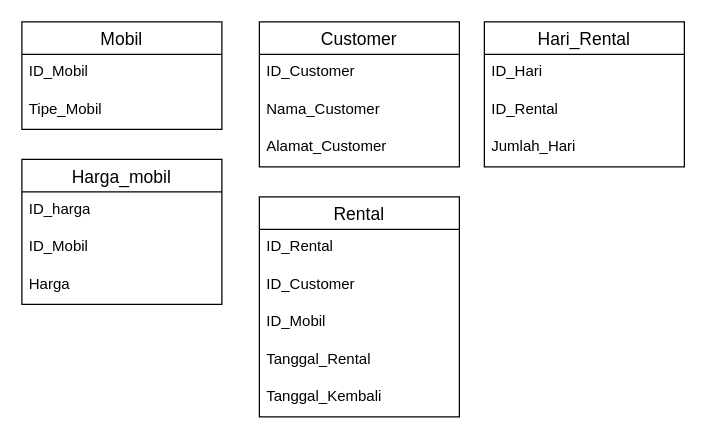
zzarr/SC keeps this draw.io diagram as normalisasi 4NF.drawio. Above is the earlier version. Source tidied: cells renumbered, new cells numbered last; positions are measured from the earlier drawing's top-left corner, leaving out a move shared by most shapes. Both pictures are drawn from the tidied source at 125%, with x=0, y=0 at pixel (21, 21).
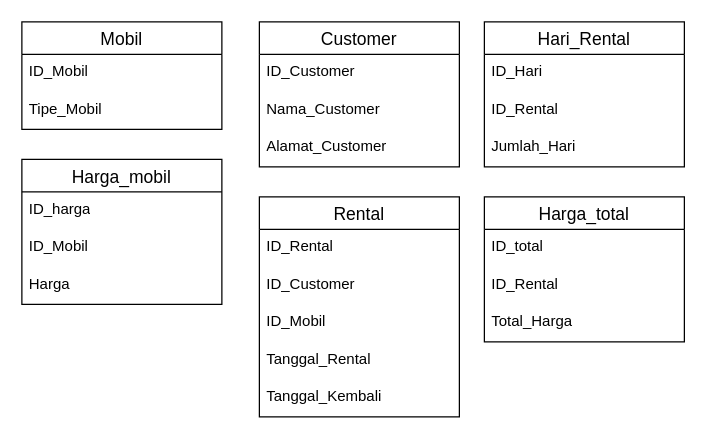
The same diagram, later.

The edit, as a diff of the source:
```diff
@@
+    <mxCell id="23" value="Harga_total" style="swimlane;fontStyle=0;horizontal=1;startSize=26;align=center;fontSize=14;" parent="1" vertex="1">
+      <mxGeometry x="370" y="140" width="160" height="116" as="geometry" />
+    </mxCell>
+    <mxCell id="24" value="ID_total" style="text;strokeColor=none;fillColor=none;spacingLeft=4;spacingRight=4;overflow=hidden;fontSize=12;whiteSpace=wrap;html=1;" parent="23" vertex="1">
+      <mxGeometry y="26" width="160" height="30" as="geometry" />
+    </mxCell>
+    <mxCell id="25" value="ID_Rental" style="text;strokeColor=none;fillColor=none;spacingLeft=4;spacingRight=4;overflow=hidden;fontSize=12;whiteSpace=wrap;html=1;" parent="23" vertex="1">
+      <mxGeometry y="56" width="160" height="30" as="geometry" />
+    </mxCell>
+    <mxCell id="26" value="Total_Harga" style="text;strokeColor=none;fillColor=none;spacingLeft=4;spacingRight=4;overflow=hidden;fontSize=12;whiteSpace=wrap;html=1;" parent="23" vertex="1">
+      <mxGeometry y="86" width="160" height="30" as="geometry" />
+    </mxCell>
```
